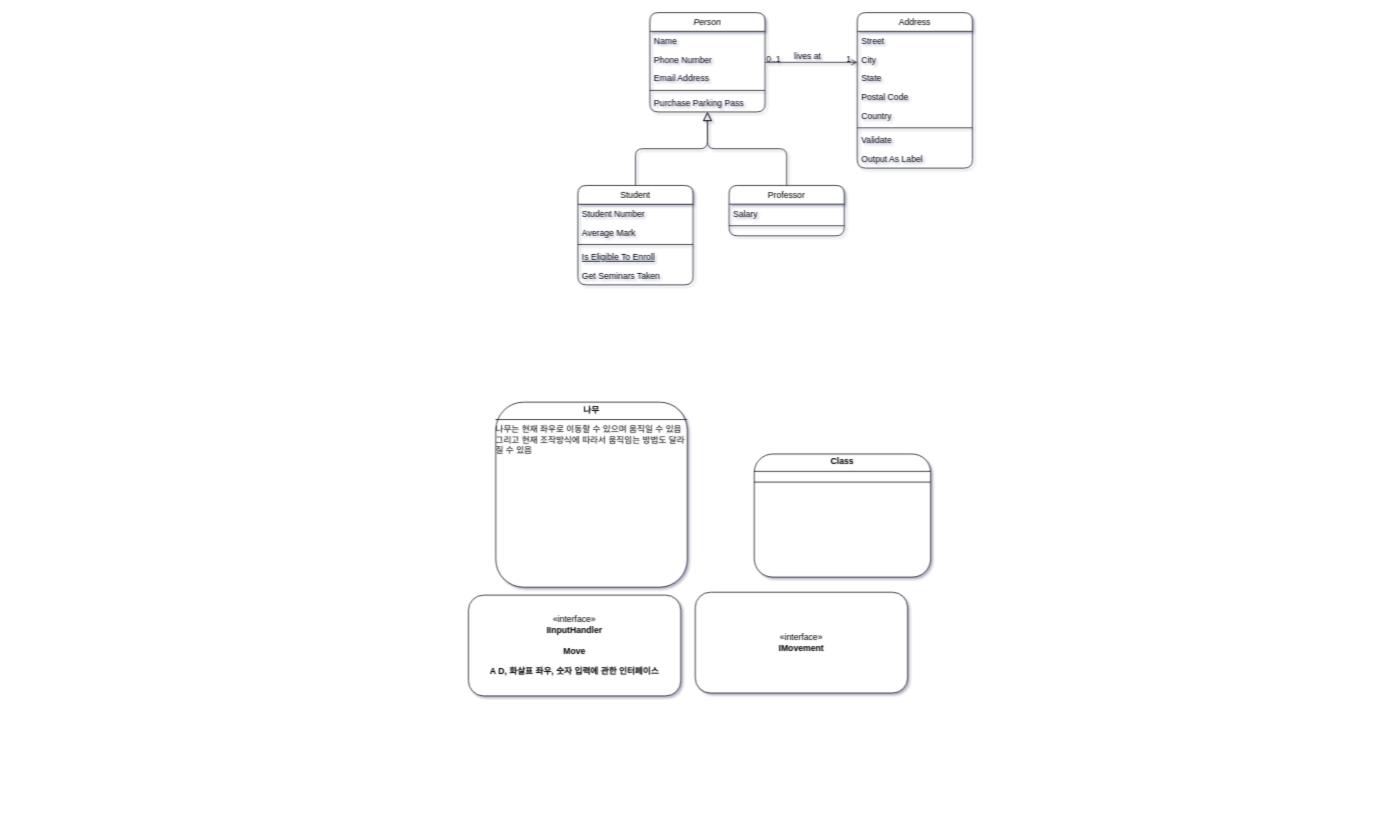
This is 제목 없는 다이어그램.drawio from Cracker7/RJT, a draw.io file, before an edit. Source tidied: cells renumbered, new cells numbered last; positions are measured from the earlier drawing's top-left corner, leaving out a move shared by most shapes. Both pictures are drawn from the tidied source at 72%, with x=0, y=0 at pixel (468, 12).
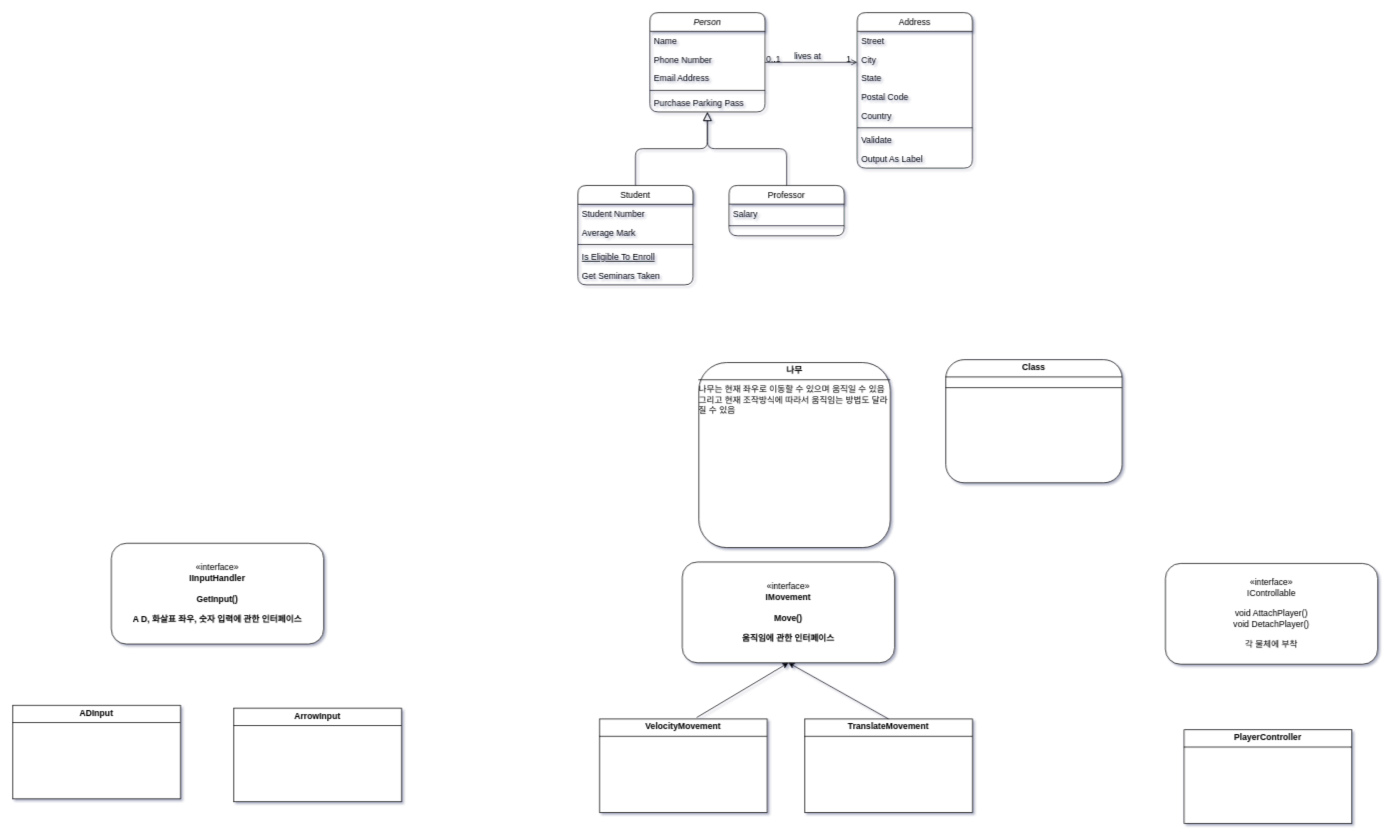
The same page after the edit.

What changed in the source:
```diff
@@
     <mxCell id="32" value="&lt;p style=&quot;margin:0px;margin-top:4px;text-align:center;&quot;&gt;&lt;b&gt;나무&lt;/b&gt;&lt;/p&gt;&lt;hr size=&quot;1&quot; style=&quot;border-style:solid;&quot;&gt;&lt;div style=&quot;height:2px;&quot;&gt;나무는 현재 좌우로 이동할 수 있으며 움직일 수 있음 그리고 현재 조작방식에 따라서 움직임는 방법도 달라질 수 있음&amp;nbsp;&lt;/div&gt;&lt;div style=&quot;height:2px;&quot;&gt;&lt;br&gt;&lt;/div&gt;" style="verticalAlign=top;align=left;overflow=fill;html=1;whiteSpace=wrap;labelBackgroundColor=none;rounded=1;" parent="1" vertex="1">
-      <mxGeometry x="38" y="541" width="266" height="257" as="geometry" />
+      <mxGeometry x="320" y="486" width="266" height="257" as="geometry" />
     </mxCell>
     <mxCell id="33" value="&lt;p style=&quot;margin:0px;margin-top:4px;text-align:center;&quot;&gt;&lt;b&gt;Class&lt;/b&gt;&lt;/p&gt;&lt;hr size=&quot;1&quot; style=&quot;border-style:solid;&quot;/&gt;&lt;div style=&quot;height:2px;&quot;&gt;&lt;/div&gt;&lt;hr size=&quot;1&quot; style=&quot;border-style:solid;&quot;/&gt;&lt;div style=&quot;height:2px;&quot;&gt;&lt;/div&gt;" style="verticalAlign=top;align=left;overflow=fill;html=1;whiteSpace=wrap;labelBackgroundColor=none;rounded=1;" parent="1" vertex="1">
-      <mxGeometry x="397" y="613" width="245" height="171" as="geometry" />
+      <mxGeometry x="663" y="482" width="245" height="171" as="geometry" />
     </mxCell>
-    <mxCell id="34" value="«interface»&lt;br&gt;&lt;b&gt;IInputHandler&lt;/b&gt;&lt;div&gt;&lt;b&gt;&lt;br&gt;&lt;/b&gt;&lt;/div&gt;&lt;div&gt;&lt;b&gt;Move&lt;/b&gt;&lt;/div&gt;&lt;div&gt;&lt;b&gt;&lt;br&gt;&lt;/b&gt;&lt;/div&gt;&lt;div&gt;&lt;b&gt;A D, 화살표 좌우, 숫자 입력에 관한 인터페이스&lt;/b&gt;&lt;/div&gt;" style="html=1;whiteSpace=wrap;labelBackgroundColor=none;rounded=1;" parent="1" vertex="1">
-      <mxGeometry y="809" width="295" height="140" as="geometry" />
+    <mxCell id="34" value="«interface»&lt;br&gt;&lt;b&gt;IInputHandler&lt;/b&gt;&lt;div&gt;&lt;b&gt;&lt;br&gt;&lt;/b&gt;&lt;/div&gt;&lt;div&gt;&lt;b&gt;GetInput()&lt;/b&gt;&lt;/div&gt;&lt;div&gt;&lt;b&gt;&lt;br&gt;&lt;/b&gt;&lt;/div&gt;&lt;div&gt;&lt;b&gt;A D, 화살표 좌우, 숫자 입력에 관한 인터페이스&lt;/b&gt;&lt;/div&gt;" style="html=1;whiteSpace=wrap;labelBackgroundColor=none;rounded=1;" parent="1" vertex="1">
+      <mxGeometry x="-496" y="737" width="295" height="140" as="geometry" />
     </mxCell>
-    <mxCell id="35" value="«interface»&lt;br&gt;&lt;b&gt;IMovement&lt;/b&gt;" style="html=1;whiteSpace=wrap;labelBackgroundColor=none;rounded=1;" parent="1" vertex="1">
-      <mxGeometry x="315" y="805" width="295" height="140" as="geometry" />
+    <mxCell id="35" value="«interface»&lt;br&gt;&lt;b&gt;IMovement&lt;/b&gt;&lt;div&gt;&lt;b&gt;&lt;br&gt;&lt;/b&gt;&lt;/div&gt;&lt;div&gt;&lt;b&gt;Move()&lt;/b&gt;&lt;/div&gt;&lt;div&gt;&lt;b&gt;&lt;br&gt;&lt;/b&gt;&lt;/div&gt;&lt;div&gt;&lt;b&gt;움직임에 관한 인터페이스&lt;/b&gt;&lt;/div&gt;" style="html=1;whiteSpace=wrap;labelBackgroundColor=none;rounded=1;" parent="1" vertex="1">
+      <mxGeometry x="297" y="763" width="295" height="140" as="geometry" />
     </mxCell>
+    <mxCell id="36" value="«interface»&lt;br&gt;&lt;div&gt;IControllable&lt;/div&gt;&lt;div&gt;&lt;br&gt;&lt;/div&gt;&lt;div&gt;void AttachPlayer()&lt;/div&gt;&lt;div&gt;void DetachPlayer()&lt;/div&gt;&lt;div&gt;&lt;br&gt;&lt;/div&gt;&lt;div&gt;각 물체에 부착&lt;/div&gt;" style="html=1;whiteSpace=wrap;labelBackgroundColor=none;rounded=1;" parent="1" vertex="1">
+      <mxGeometry x="968" y="765" width="295" height="140" as="geometry" />
+    </mxCell>
+    <mxCell id="37" value="&lt;p style=&quot;margin:0px;margin-top:4px;text-align:center;&quot;&gt;&lt;b&gt;VelocityMovement&lt;/b&gt;&lt;/p&gt;&lt;hr size=&quot;1&quot; style=&quot;border-style:solid;&quot;&gt;&lt;div style=&quot;height:2px;&quot;&gt;&lt;/div&gt;" style="verticalAlign=top;align=left;overflow=fill;html=1;whiteSpace=wrap;" parent="1" vertex="1">
+      <mxGeometry x="182" y="981" width="233" height="130" as="geometry" />
+    </mxCell>
+    <mxCell id="38" value="&lt;p style=&quot;margin:0px;margin-top:4px;text-align:center;&quot;&gt;&lt;b style=&quot;background-color: transparent; color: light-dark(rgb(0, 0, 0), rgb(255, 255, 255));&quot;&gt;TranslateMovement&lt;/b&gt;&lt;/p&gt;&lt;hr size=&quot;1&quot; style=&quot;border-style:solid;&quot;&gt;&lt;div style=&quot;height:2px;&quot;&gt;&lt;/div&gt;" style="verticalAlign=top;align=left;overflow=fill;html=1;whiteSpace=wrap;" parent="1" vertex="1">
+      <mxGeometry x="467" y="981" width="233" height="130" as="geometry" />
+    </mxCell>
+    <mxCell id="39" style="endArrow=classic;html=1;rounded=0;entryX=0.5;entryY=1;entryDx=0;entryDy=0;" parent="1" edge="1" target="35">
+      <mxGeometry relative="1" as="geometry">
+        <mxPoint x="317" y="979" as="sourcePoint" />
+      </mxGeometry>
+    </mxCell>
+    <mxCell id="40" style="endArrow=classic;html=1;rounded=0;entryX=0.5;entryY=1;entryDx=0;entryDy=0;exitX=0.5;exitY=0;exitDx=0;exitDy=0;" parent="1" edge="1" source="38" target="35">
+      <mxGeometry relative="1" as="geometry" />
+    </mxCell>
+    <mxCell id="41" value="&lt;p style=&quot;margin:0px;margin-top:4px;text-align:center;&quot;&gt;&lt;b&gt;ADInput&lt;/b&gt;&lt;/p&gt;&lt;hr size=&quot;1&quot; style=&quot;border-style:solid;&quot;&gt;&lt;div style=&quot;height:2px;&quot;&gt;&lt;/div&gt;" style="verticalAlign=top;align=left;overflow=fill;html=1;whiteSpace=wrap;" parent="1" vertex="1">
+      <mxGeometry x="-633" y="962" width="233" height="130" as="geometry" />
+    </mxCell>
+    <mxCell id="42" value="&lt;p style=&quot;margin:0px;margin-top:4px;text-align:center;&quot;&gt;&lt;b&gt;ArrowInput&lt;/b&gt;&lt;/p&gt;&lt;hr size=&quot;1&quot; style=&quot;border-style:solid;&quot;&gt;&lt;div style=&quot;height:2px;&quot;&gt;&lt;/div&gt;" style="verticalAlign=top;align=left;overflow=fill;html=1;whiteSpace=wrap;" parent="1" vertex="1">
+      <mxGeometry x="-326" y="966" width="233" height="130" as="geometry" />
+    </mxCell>
+    <mxCell id="43" value="&lt;p style=&quot;margin:0px;margin-top:4px;text-align:center;&quot;&gt;&lt;b&gt;PlayerController&lt;/b&gt;&lt;/p&gt;&lt;hr size=&quot;1&quot; style=&quot;border-style:solid;&quot;&gt;&lt;div style=&quot;height:2px;&quot;&gt;&lt;/div&gt;" style="verticalAlign=top;align=left;overflow=fill;html=1;whiteSpace=wrap;" parent="1" vertex="1">
+      <mxGeometry x="994" y="996" width="233" height="130" as="geometry" />
+    </mxCell>
```
